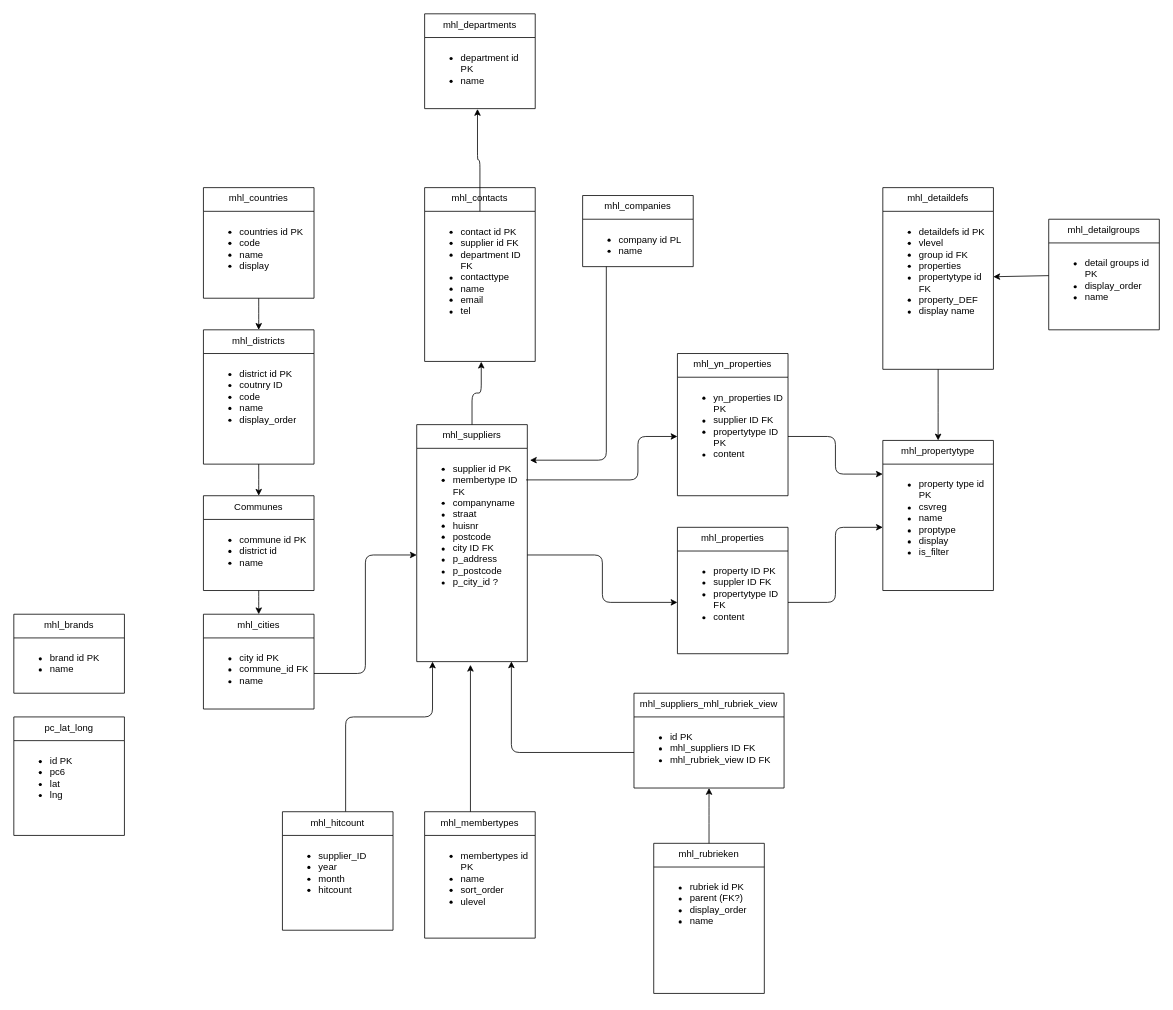
This is relational-data-storage/opdracht-2/DS-opdracht-2a-v1.drawio from demi-kraus/educom-data-science, a draw.io file, before an edit. Source tidied: cells renumbered, new cells numbered last; positions are measured from the earlier drawing's top-left corner, leaving out a move shared by most shapes. Both pictures are drawn from the tidied source at 79%, with x=0, y=0 at pixel (13, 13).
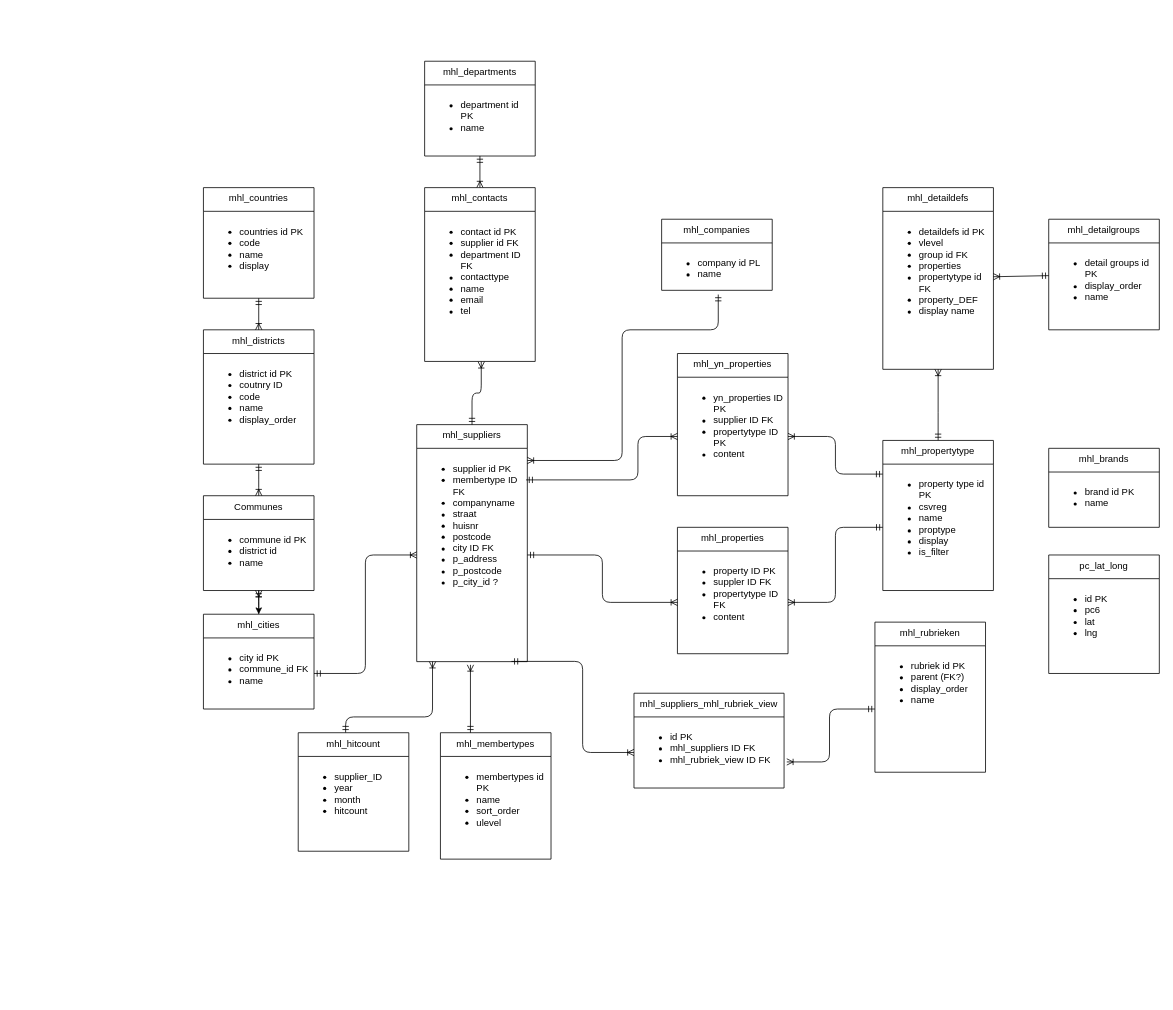
The same diagram, later.

The change refers to these unchanged cells:
```xml
<mxCell id="4" value="mhl_cities" style="swimlane;fontStyle=0;horizontal=1;startSize=30;whiteSpace=wrap;html=1;verticalAlign=top;" parent="1" vertex="1">
  <mxGeometry x="240" y="760" width="140" height="120" as="geometry" />
</mxCell>
<mxCell id="5" value="&lt;ul&gt;&lt;li&gt;city id PK&lt;/li&gt;&lt;li&gt;commune_id FK&lt;/li&gt;&lt;li&gt;name&lt;/li&gt;&lt;/ul&gt;" style="text;strokeColor=none;fillColor=none;align=left;verticalAlign=top;spacingLeft=4;spacingRight=4;overflow=hidden;points=[[0,0.5],[1,0.5]];portConstraint=eastwest;whiteSpace=wrap;html=1;" parent="4" vertex="1">
  <mxGeometry y="30" width="140" height="90" as="geometry" />
</mxCell>
<mxCell id="6" value="Communes" style="swimlane;fontStyle=0;horizontal=1;startSize=30;whiteSpace=wrap;html=1;verticalAlign=top;" parent="1" vertex="1">
  <mxGeometry x="240" y="610" width="140" height="120" as="geometry" />
</mxCell>
<mxCell id="7" value="&lt;ul&gt;&lt;li&gt;commune id PK&lt;/li&gt;&lt;li&gt;district id&lt;/li&gt;&lt;li&gt;name&lt;/li&gt;&lt;/ul&gt;" style="text;strokeColor=none;fillColor=none;align=left;verticalAlign=top;spacingLeft=4;spacingRight=4;overflow=hidden;points=[[0,0.5],[1,0.5]];portConstraint=eastwest;whiteSpace=wrap;html=1;" parent="6" vertex="1">
  <mxGeometry y="30" width="140" height="90" as="geometry" />
</mxCell>
<mxCell id="9" value="&lt;ul&gt;&lt;li&gt;company id PL&lt;/li&gt;&lt;li&gt;name&lt;/li&gt;&lt;/ul&gt;" style="text;strokeColor=none;fillColor=none;align=left;verticalAlign=top;spacingLeft=4;spacingRight=4;overflow=hidden;points=[[0,0.5],[1,0.5]];portConstraint=eastwest;whiteSpace=wrap;html=1;" parent="8" vertex="1">
  <mxGeometry y="30" width="140" height="60" as="geometry" />
</mxCell>
<mxCell id="10" value="mhl_contacts" style="swimlane;fontStyle=0;horizontal=1;startSize=30;whiteSpace=wrap;html=1;verticalAlign=top;" parent="1" vertex="1">
  <mxGeometry x="520" y="220" width="140" height="220" as="geometry" />
</mxCell>
<mxCell id="11" value="&lt;ul&gt;&lt;li&gt;contact id PK&lt;/li&gt;&lt;li&gt;supplier id FK&lt;/li&gt;&lt;li&gt;department ID FK&lt;/li&gt;&lt;li&gt;contacttype&lt;/li&gt;&lt;li&gt;name&lt;/li&gt;&lt;li&gt;email&lt;/li&gt;&lt;li&gt;tel&lt;/li&gt;&lt;/ul&gt;" style="text;strokeColor=none;fillColor=none;align=left;verticalAlign=top;spacingLeft=4;spacingRight=4;overflow=hidden;points=[[0,0.5],[1,0.5]];portConstraint=eastwest;whiteSpace=wrap;html=1;" parent="10" vertex="1">
  <mxGeometry y="30" width="140" height="190" as="geometry" />
</mxCell>
<mxCell id="13" value="&lt;ul&gt;&lt;li&gt;countries id PK&lt;/li&gt;&lt;li&gt;code&lt;/li&gt;&lt;li&gt;name&lt;/li&gt;&lt;li&gt;display&lt;/li&gt;&lt;/ul&gt;" style="text;strokeColor=none;fillColor=none;align=left;verticalAlign=top;spacingLeft=4;spacingRight=4;overflow=hidden;points=[[0,0.5],[1,0.5]];portConstraint=eastwest;whiteSpace=wrap;html=1;" parent="12" vertex="1">
  <mxGeometry y="30" width="140" height="110" as="geometry" />
</mxCell>
<mxCell id="15" value="&lt;ul&gt;&lt;li&gt;department id PK&lt;/li&gt;&lt;li&gt;name&lt;/li&gt;&lt;/ul&gt;" style="text;strokeColor=none;fillColor=none;align=left;verticalAlign=top;spacingLeft=4;spacingRight=4;overflow=hidden;points=[[0,0.5],[1,0.5]];portConstraint=eastwest;whiteSpace=wrap;html=1;" parent="14" vertex="1">
  <mxGeometry y="30" width="140" height="90" as="geometry" />
</mxCell>
<mxCell id="17" value="mhl_detaildefs" style="swimlane;fontStyle=0;horizontal=1;startSize=30;whiteSpace=wrap;html=1;verticalAlign=top;" parent="1" vertex="1">
  <mxGeometry x="1100" y="220" width="140" height="230" as="geometry" />
</mxCell>
<mxCell id="18" value="&lt;ul&gt;&lt;li&gt;detaildefs id PK&lt;/li&gt;&lt;li&gt;vlevel&lt;/li&gt;&lt;li&gt;group id FK&lt;/li&gt;&lt;li&gt;properties&lt;/li&gt;&lt;li&gt;propertytype id FK&lt;/li&gt;&lt;li&gt;property_DEF&lt;/li&gt;&lt;li&gt;display name&lt;/li&gt;&lt;/ul&gt;" style="text;strokeColor=none;fillColor=none;align=left;verticalAlign=top;spacingLeft=4;spacingRight=4;overflow=hidden;points=[[0,0.5],[1,0.5]];portConstraint=eastwest;whiteSpace=wrap;html=1;" parent="17" vertex="1">
  <mxGeometry y="30" width="140" height="200" as="geometry" />
</mxCell>
<mxCell id="20" value="mhl_detailgroups" style="swimlane;fontStyle=0;horizontal=1;startSize=30;whiteSpace=wrap;html=1;verticalAlign=top;" parent="1" vertex="1">
  <mxGeometry x="1310" y="260" width="140" height="140" as="geometry" />
</mxCell>
<mxCell id="22" value="mhl_districts" style="swimlane;fontStyle=0;horizontal=1;startSize=30;whiteSpace=wrap;html=1;verticalAlign=top;" parent="1" vertex="1">
  <mxGeometry x="240" y="400" width="140" height="170" as="geometry" />
</mxCell>
<mxCell id="23" value="&lt;ul&gt;&lt;li&gt;district id PK&lt;/li&gt;&lt;li&gt;coutnry ID&lt;/li&gt;&lt;li&gt;code&lt;/li&gt;&lt;li&gt;name&lt;/li&gt;&lt;li&gt;display_order&lt;/li&gt;&lt;/ul&gt;" style="text;strokeColor=none;fillColor=none;align=left;verticalAlign=top;spacingLeft=4;spacingRight=4;overflow=hidden;points=[[0,0.5],[1,0.5]];portConstraint=eastwest;whiteSpace=wrap;html=1;" parent="22" vertex="1">
  <mxGeometry y="30" width="140" height="140" as="geometry" />
</mxCell>
<mxCell id="30" value="&lt;ul&gt;&lt;li&gt;property ID PK&lt;/li&gt;&lt;li&gt;suppler ID FK&lt;/li&gt;&lt;li&gt;propertytype ID FK&lt;/li&gt;&lt;li&gt;content&lt;/li&gt;&lt;/ul&gt;" style="text;strokeColor=none;fillColor=none;align=left;verticalAlign=top;spacingLeft=4;spacingRight=4;overflow=hidden;points=[[0,0.5],[1,0.5]];portConstraint=eastwest;whiteSpace=wrap;html=1;" parent="29" vertex="1">
  <mxGeometry y="30" width="140" height="130" as="geometry" />
</mxCell>
<mxCell id="31" value="mhl_propertytype" style="swimlane;fontStyle=0;horizontal=1;startSize=30;whiteSpace=wrap;html=1;verticalAlign=top;" parent="1" vertex="1">
  <mxGeometry x="1100" y="540" width="140" height="190" as="geometry" />
</mxCell>
<mxCell id="32" value="&lt;ul&gt;&lt;li&gt;property type id PK&lt;/li&gt;&lt;li&gt;csvreg&lt;/li&gt;&lt;li&gt;name&lt;/li&gt;&lt;li&gt;proptype&lt;/li&gt;&lt;li&gt;display&lt;/li&gt;&lt;li&gt;is_filter&lt;/li&gt;&lt;/ul&gt;" style="text;strokeColor=none;fillColor=none;align=left;verticalAlign=top;spacingLeft=4;spacingRight=4;overflow=hidden;points=[[0,0.5],[1,0.5]];portConstraint=eastwest;whiteSpace=wrap;html=1;" parent="31" vertex="1">
  <mxGeometry y="30" width="140" height="160" as="geometry" />
</mxCell>
<mxCell id="34" value="&lt;ul&gt;&lt;li&gt;rubriek id PK&lt;/li&gt;&lt;li&gt;parent (FK?)&lt;/li&gt;&lt;li&gt;display_order&lt;/li&gt;&lt;li&gt;name&lt;/li&gt;&lt;/ul&gt;" style="text;strokeColor=none;fillColor=none;align=left;verticalAlign=top;spacingLeft=4;spacingRight=4;overflow=hidden;points=[[0,0.5],[1,0.5]];portConstraint=eastwest;whiteSpace=wrap;html=1;" parent="33" vertex="1">
  <mxGeometry y="30" width="140" height="160" as="geometry" />
</mxCell>
<mxCell id="36" value="mhl_suppliers" style="swimlane;fontStyle=0;horizontal=1;startSize=30;whiteSpace=wrap;html=1;verticalAlign=top;" parent="1" vertex="1">
  <mxGeometry x="510" y="520" width="140" height="300" as="geometry" />
</mxCell>
<mxCell id="37" value="&lt;ul&gt;&lt;li&gt;supplier id PK&lt;/li&gt;&lt;li&gt;membertype ID FK&lt;/li&gt;&lt;li&gt;companyname&lt;/li&gt;&lt;li&gt;straat&lt;/li&gt;&lt;li&gt;huisnr&lt;/li&gt;&lt;li&gt;postcode&lt;/li&gt;&lt;li&gt;city ID FK&lt;/li&gt;&lt;li&gt;p_address&lt;/li&gt;&lt;li&gt;p_postcode&lt;/li&gt;&lt;li&gt;p_city_id ?&lt;/li&gt;&lt;/ul&gt;" style="text;strokeColor=none;fillColor=none;align=left;verticalAlign=top;spacingLeft=4;spacingRight=4;overflow=hidden;points=[[0,0.5],[1,0.5]];portConstraint=eastwest;whiteSpace=wrap;html=1;" parent="36" vertex="1">
  <mxGeometry y="30" width="140" height="270" as="geometry" />
</mxCell>
<mxCell id="39" value="&lt;ul&gt;&lt;li&gt;id PK&lt;/li&gt;&lt;li&gt;mhl_suppliers ID FK&lt;/li&gt;&lt;li&gt;mhl_rubriek_view ID FK&lt;/li&gt;&lt;/ul&gt;" style="text;strokeColor=none;fillColor=none;align=left;verticalAlign=top;spacingLeft=4;spacingRight=4;overflow=hidden;points=[[0,0.5],[1,0.5]];portConstraint=eastwest;whiteSpace=wrap;html=1;" parent="38" vertex="1">
  <mxGeometry y="30" width="190" height="90" as="geometry" />
</mxCell>
<mxCell id="41" value="&lt;ul&gt;&lt;li&gt;yn_properties ID PK&lt;/li&gt;&lt;li&gt;supplier ID FK&lt;/li&gt;&lt;li&gt;propertytype ID PK&lt;/li&gt;&lt;li&gt;content&lt;/li&gt;&lt;/ul&gt;" style="text;strokeColor=none;fillColor=none;align=left;verticalAlign=top;spacingLeft=4;spacingRight=4;overflow=hidden;points=[[0,0.5],[1,0.5]];portConstraint=eastwest;whiteSpace=wrap;html=1;" parent="40" vertex="1">
  <mxGeometry y="30" width="140" height="150" as="geometry" />
</mxCell>
```

Diff of the diagram source:
```diff
@@
     <mxCell id="2" value="mhl_brands" style="swimlane;fontStyle=0;horizontal=1;startSize=30;whiteSpace=wrap;html=1;verticalAlign=top;" parent="1" vertex="1">
-      <mxGeometry y="760" width="140" height="100" as="geometry" />
+      <mxGeometry x="1310" y="550" width="140" height="100" as="geometry" />
     </mxCell>
@@
+    <mxCell id="57" style="edgeStyle=none;html=1;endArrow=ERmandOne;endFill=0;" parent="1" edge="1" source="4" target="7">
+      <mxGeometry relative="1" as="geometry" />
+    </mxCell>
@@
     <mxCell id="8" value="mhl_companies" style="swimlane;fontStyle=0;horizontal=1;startSize=30;whiteSpace=wrap;html=1;verticalAlign=top;" parent="1" vertex="1">
-      <mxGeometry x="720" y="230" width="140" height="90" as="geometry" />
+      <mxGeometry x="820" y="260" width="140" height="90" as="geometry" />
     </mxCell>
@@
+    <mxCell id="58" style="edgeStyle=none;html=1;endArrow=ERmandOne;endFill=0;startArrow=ERoneToMany;startFill=0;" parent="1" edge="1" source="10" target="15">
+      <mxGeometry relative="1" as="geometry" />
+    </mxCell>
@@
     <mxCell id="14" value="mhl_departments" style="swimlane;fontStyle=0;horizontal=1;startSize=30;whiteSpace=wrap;html=1;verticalAlign=top;" parent="1" vertex="1">
-      <mxGeometry x="520" width="140" height="120" as="geometry" />
+      <mxGeometry x="520" y="60" width="140" height="120" as="geometry" />
     </mxCell>
@@
-    <mxCell id="16" style="edgeStyle=elbowEdgeStyle;html=1;entryX=0.5;entryY=0;entryDx=0;entryDy=0;elbow=vertical;" parent="1" edge="1" source="17" target="31">
+    <mxCell id="16" style="edgeStyle=elbowEdgeStyle;html=1;entryX=0.5;entryY=0;entryDx=0;entryDy=0;elbow=vertical;endArrow=ERmandOne;endFill=0;startArrow=ERoneToMany;startFill=0;" parent="1" edge="1" source="17" target="31">
       <mxGeometry relative="1" as="geometry" />
     </mxCell>
@@
-    <mxCell id="19" style="edgeStyle=none;html=1;entryX=0.999;entryY=0.414;entryDx=0;entryDy=0;entryPerimeter=0;" parent="1" edge="1" source="20" target="18">
+    <mxCell id="19" style="edgeStyle=none;html=1;entryX=0.999;entryY=0.414;entryDx=0;entryDy=0;entryPerimeter=0;endArrow=ERoneToMany;endFill=0;startArrow=ERmandOne;startFill=0;" parent="1" edge="1" source="20" target="18">
       <mxGeometry relative="1" as="geometry" />
     </mxCell>
@@
-    <mxCell id="24" style="edgeStyle=orthogonalEdgeStyle;html=1;" parent="1" edge="1" source="25" target="37">
+    <mxCell id="24" style="edgeStyle=orthogonalEdgeStyle;html=1;endArrow=ERoneToMany;endFill=0;startArrow=ERmandOne;startFill=0;" parent="1" edge="1" source="25" target="37">
       <mxGeometry relative="1" as="geometry">
         <Array as="points">
           <mxPoint x="420" y="890" />
           <mxPoint x="530" y="890" />
         </Array>
       </mxGeometry>
     </mxCell>
     <mxCell id="25" value="mhl_hitcount" style="swimlane;fontStyle=0;horizontal=1;startSize=30;whiteSpace=wrap;html=1;verticalAlign=top;" parent="1" vertex="1">
-      <mxGeometry x="340" y="1010" width="140" height="150" as="geometry" />
+      <mxGeometry x="360" y="910" width="140" height="150" as="geometry" />
     </mxCell>
-    <mxCell id="26" value="&lt;ul&gt;&lt;li&gt;supplier_ID&lt;/li&gt;&lt;li&gt;year&lt;/li&gt;&lt;li&gt;month&amp;nbsp;&lt;/li&gt;&lt;li&gt;hitcount&lt;/li&gt;&lt;/ul&gt;" style="text;strokeColor=none;fillColor=none;align=left;verticalAlign=top;spacingLeft=4;spacingRight=4;overflow=hidden;whiteSpace=wrap;html=1;" parent="25" vertex="1">
+    <mxCell id="26" value="&lt;ul&gt;&lt;li&gt;supplier_ID&lt;/li&gt;&lt;li&gt;year&lt;/li&gt;&lt;li&gt;month&amp;nbsp;&amp;nbsp;&lt;/li&gt;&lt;li&gt;hitcount&amp;nbsp;&lt;/li&gt;&lt;/ul&gt;" style="text;strokeColor=none;fillColor=none;align=left;verticalAlign=top;spacingLeft=4;spacingRight=4;overflow=hidden;whiteSpace=wrap;html=1;" parent="25" vertex="1">
       <mxGeometry y="30" width="140" height="120" as="geometry" />
     </mxCell>
     <mxCell id="27" value="mhl_membertypes" style="swimlane;fontStyle=0;horizontal=1;startSize=30;whiteSpace=wrap;html=1;verticalAlign=top;" parent="1" vertex="1">
-      <mxGeometry x="520" y="1010" width="140" height="160" as="geometry" />
+      <mxGeometry x="540" y="910" width="140" height="160" as="geometry" />
     </mxCell>
@@
     <mxCell id="33" value="mhl_rubrieken" style="swimlane;fontStyle=0;horizontal=1;startSize=30;whiteSpace=wrap;html=1;verticalAlign=top;" parent="1" vertex="1">
-      <mxGeometry x="810" y="1050" width="140" height="190" as="geometry" />
+      <mxGeometry x="1090" y="770" width="140" height="190" as="geometry" />
     </mxCell>
@@
-    <mxCell id="35" style="edgeStyle=orthogonalEdgeStyle;html=1;exitX=0.989;exitY=0.148;exitDx=0;exitDy=0;entryX=0;entryY=0.5;entryDx=0;entryDy=0;exitPerimeter=0;" parent="1" edge="1" source="37" target="41">
+    <mxCell id="35" style="edgeStyle=orthogonalEdgeStyle;html=1;exitX=0.989;exitY=0.148;exitDx=0;exitDy=0;entryX=0;entryY=0.5;entryDx=0;entryDy=0;exitPerimeter=0;endArrow=ERoneToMany;endFill=0;startArrow=ERmandOne;startFill=0;" parent="1" edge="1" source="37" target="41">
       <mxGeometry relative="1" as="geometry">
         <Array as="points">
           <mxPoint x="790" y="590" />
           <mxPoint x="790" y="535" />
         </Array>
       </mxGeometry>
     </mxCell>
@@
     <mxCell id="42" value="pc_lat_long" style="swimlane;fontStyle=0;horizontal=1;startSize=30;whiteSpace=wrap;html=1;verticalAlign=top;" parent="1" vertex="1">
-      <mxGeometry y="890" width="140" height="150" as="geometry" />
+      <mxGeometry x="1310" y="685" width="140" height="150" as="geometry" />
     </mxCell>
@@
-    <mxCell id="44" style="edgeStyle=elbowEdgeStyle;html=1;elbow=vertical;" parent="1" edge="1" source="13" target="22">
+    <mxCell id="44" style="edgeStyle=elbowEdgeStyle;html=1;elbow=vertical;endArrow=ERoneToMany;endFill=0;startArrow=ERmandOne;startFill=0;" parent="1" edge="1" source="13" target="22">
       <mxGeometry relative="1" as="geometry" />
     </mxCell>
-    <mxCell id="45" style="edgeStyle=elbowEdgeStyle;html=1;entryX=0.5;entryY=0;entryDx=0;entryDy=0;elbow=vertical;" parent="1" edge="1" source="23" target="6">
+    <mxCell id="45" style="edgeStyle=elbowEdgeStyle;html=1;entryX=0.5;entryY=0;entryDx=0;entryDy=0;elbow=vertical;endArrow=ERoneToMany;endFill=0;startArrow=ERmandOne;startFill=0;" parent="1" edge="1" source="23" target="6">
       <mxGeometry relative="1" as="geometry" />
     </mxCell>
-    <mxCell id="46" style="edgeStyle=elbowEdgeStyle;html=1;elbow=vertical;" parent="1" edge="1" source="7" target="4">
+    <mxCell id="46" style="edgeStyle=elbowEdgeStyle;html=1;elbow=vertical;startArrow=ERoneToMany;startFill=0;" parent="1" edge="1" source="7" target="4">
       <mxGeometry relative="1" as="geometry" />
     </mxCell>
-    <mxCell id="47" style="edgeStyle=elbowEdgeStyle;html=1;elbow=vertical;exitX=0.5;exitY=0;exitDx=0;exitDy=0;" parent="1" edge="1" source="33" target="39">
+    <mxCell id="47" style="edgeStyle=orthogonalEdgeStyle;html=1;elbow=vertical;endArrow=ERoneToMany;endFill=0;startArrow=ERmandOne;startFill=0;entryX=1.018;entryY=0.633;entryDx=0;entryDy=0;entryPerimeter=0;exitX=0;exitY=0.5;exitDx=0;exitDy=0;" parent="1" edge="1" source="34" target="39">
       <mxGeometry relative="1" as="geometry" />
     </mxCell>
-    <mxCell id="48" style="edgeStyle=elbowEdgeStyle;html=1;entryX=0.478;entryY=1.005;entryDx=0;entryDy=0;entryPerimeter=0;elbow=vertical;" parent="1" edge="1" source="11" target="15">
-      <mxGeometry relative="1" as="geometry" />
-    </mxCell>
-    <mxCell id="49" style="edgeStyle=elbowEdgeStyle;html=1;entryX=0.512;entryY=1.002;entryDx=0;entryDy=0;entryPerimeter=0;elbow=vertical;" parent="1" edge="1" source="36" target="11">
+    <mxCell id="49" style="edgeStyle=elbowEdgeStyle;html=1;entryX=0.512;entryY=1.002;entryDx=0;entryDy=0;entryPerimeter=0;elbow=vertical;endArrow=ERoneToMany;endFill=0;startArrow=ERmandOne;startFill=0;" parent="1" edge="1" source="36" target="11">
       <mxGeometry relative="1" as="geometry" />
     </mxCell>
-    <mxCell id="50" style="edgeStyle=elbowEdgeStyle;html=1;entryX=1.024;entryY=0.057;entryDx=0;entryDy=0;entryPerimeter=0;elbow=vertical;" parent="1" edge="1" source="9" target="37">
+    <mxCell id="50" style="edgeStyle=orthogonalEdgeStyle;html=1;entryX=1.024;entryY=0.057;entryDx=0;entryDy=0;entryPerimeter=0;endArrow=ERoneToMany;endFill=0;startArrow=ERmandOne;startFill=0;exitX=0.512;exitY=1.089;exitDx=0;exitDy=0;exitPerimeter=0;" parent="1" edge="1" source="9">
       <mxGeometry relative="1" as="geometry">
+        <mxPoint x="650" y="565.4" as="targetPoint" />
         <Array as="points">
-          <mxPoint x="750" y="565" />
+          <mxPoint x="892" y="400" />
+          <mxPoint x="770" y="400" />
+          <mxPoint x="770" y="565" />
         </Array>
       </mxGeometry>
     </mxCell>
-    <mxCell id="51" style="edgeStyle=elbowEdgeStyle;html=1;entryX=0;entryY=0.5;entryDx=0;entryDy=0;" parent="1" edge="1" source="5" target="37">
+    <mxCell id="51" style="edgeStyle=elbowEdgeStyle;html=1;entryX=0;entryY=0.5;entryDx=0;entryDy=0;startArrow=ERmandOne;startFill=0;endArrow=ERoneToMany;endFill=0;" parent="1" edge="1" source="5" target="37">
       <mxGeometry relative="1" as="geometry" />
     </mxCell>
-    <mxCell id="52" style="edgeStyle=elbowEdgeStyle;html=1;entryX=0.489;entryY=1.015;entryDx=0;entryDy=0;entryPerimeter=0;" parent="1" edge="1" source="27" target="37">
+    <mxCell id="52" style="edgeStyle=elbowEdgeStyle;html=1;entryX=0.489;entryY=1.015;entryDx=0;entryDy=0;entryPerimeter=0;endArrow=ERoneToMany;endFill=0;startArrow=ERmandOne;startFill=0;" parent="1" edge="1" source="27" target="37">
       <mxGeometry relative="1" as="geometry" />
     </mxCell>
-    <mxCell id="53" style="edgeStyle=orthogonalEdgeStyle;html=1;entryX=0.856;entryY=0.999;entryDx=0;entryDy=0;entryPerimeter=0;" parent="1" edge="1" source="39" target="37">
+    <mxCell id="53" style="edgeStyle=orthogonalEdgeStyle;html=1;entryX=0.856;entryY=0.999;entryDx=0;entryDy=0;entryPerimeter=0;endArrow=ERmandOne;endFill=0;startArrow=ERoneToMany;startFill=0;" parent="1" edge="1" source="39" target="37">
       <mxGeometry relative="1" as="geometry">
         <Array as="points">
-          <mxPoint x="630" y="935" />
+          <mxPoint x="720" y="935" />
+          <mxPoint x="720" y="820" />
         </Array>
       </mxGeometry>
     </mxCell>
-    <mxCell id="54" style="edgeStyle=orthogonalEdgeStyle;html=1;entryX=0;entryY=0.5;entryDx=0;entryDy=0;" parent="1" edge="1" source="37" target="30">
+    <mxCell id="54" style="edgeStyle=orthogonalEdgeStyle;html=1;entryX=0;entryY=0.5;entryDx=0;entryDy=0;startArrow=ERmandOne;startFill=0;endArrow=ERoneToMany;endFill=0;" parent="1" edge="1" source="37" target="30">
       <mxGeometry relative="1" as="geometry" />
     </mxCell>
-    <mxCell id="55" style="edgeStyle=orthogonalEdgeStyle;html=1;exitX=1;exitY=0.5;exitDx=0;exitDy=0;entryX=0;entryY=0.5;entryDx=0;entryDy=0;" parent="1" edge="1" source="30" target="32">
+    <mxCell id="55" style="edgeStyle=orthogonalEdgeStyle;html=1;exitX=1;exitY=0.5;exitDx=0;exitDy=0;entryX=0;entryY=0.5;entryDx=0;entryDy=0;startArrow=ERoneToMany;startFill=0;endArrow=ERmandOne;endFill=0;" parent="1" edge="1" source="30" target="32">
       <mxGeometry relative="1" as="geometry" />
     </mxCell>
-    <mxCell id="56" style="edgeStyle=orthogonalEdgeStyle;html=1;exitX=1;exitY=0.5;exitDx=0;exitDy=0;entryX=-0.001;entryY=0.079;entryDx=0;entryDy=0;entryPerimeter=0;" parent="1" edge="1" source="41" target="32">
+    <mxCell id="56" style="edgeStyle=orthogonalEdgeStyle;html=1;exitX=1;exitY=0.5;exitDx=0;exitDy=0;entryX=-0.001;entryY=0.079;entryDx=0;entryDy=0;entryPerimeter=0;startArrow=ERoneToMany;startFill=0;endArrow=ERmandOne;endFill=0;" parent="1" edge="1" source="41" target="32">
       <mxGeometry relative="1" as="geometry" />
     </mxCell>
```
